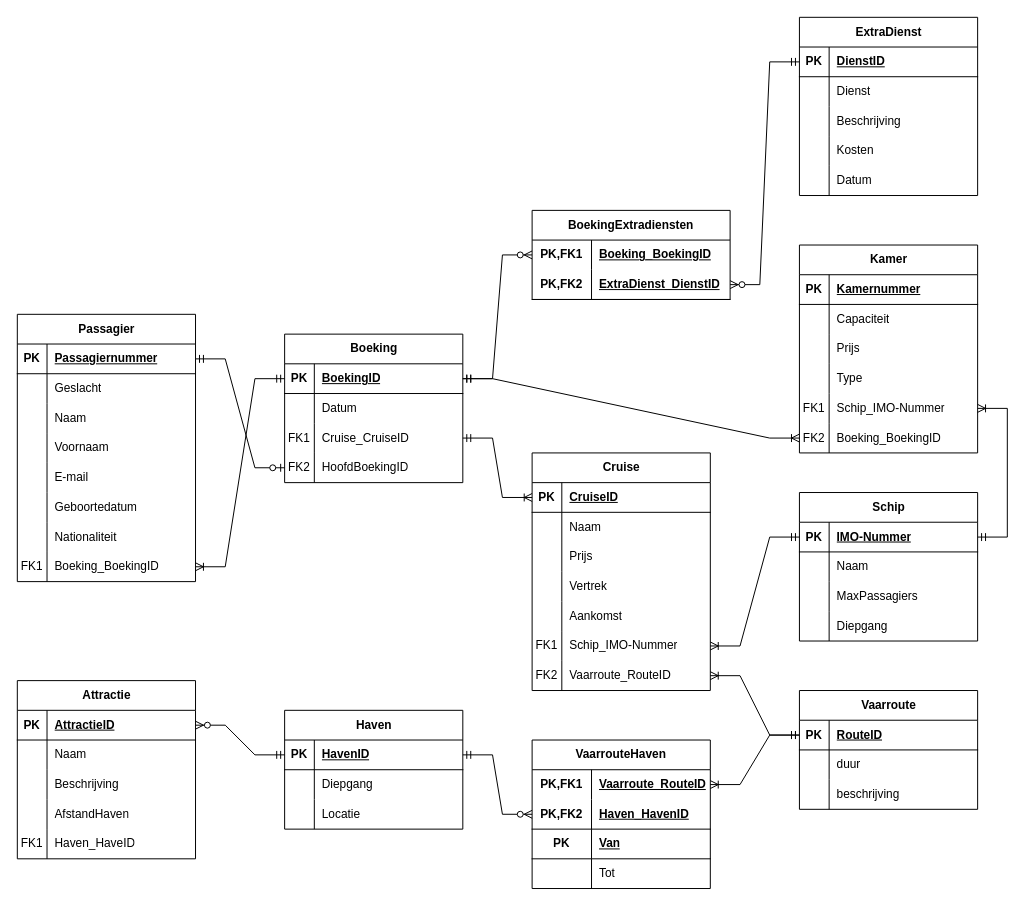
Above: logisch_FINAL/Logisch_datamodel_team_66.drawio in LarsDeGelasUCLL/DF_Groep_66 (draw.io), before the change. Source tidied: cells renumbered, new cells numbered last; positions are measured from the earlier drawing's top-left corner, leaving out a move shared by most shapes. Both pictures are drawn from the tidied source at 99%, with x=0, y=0 at pixel (-518, 17).
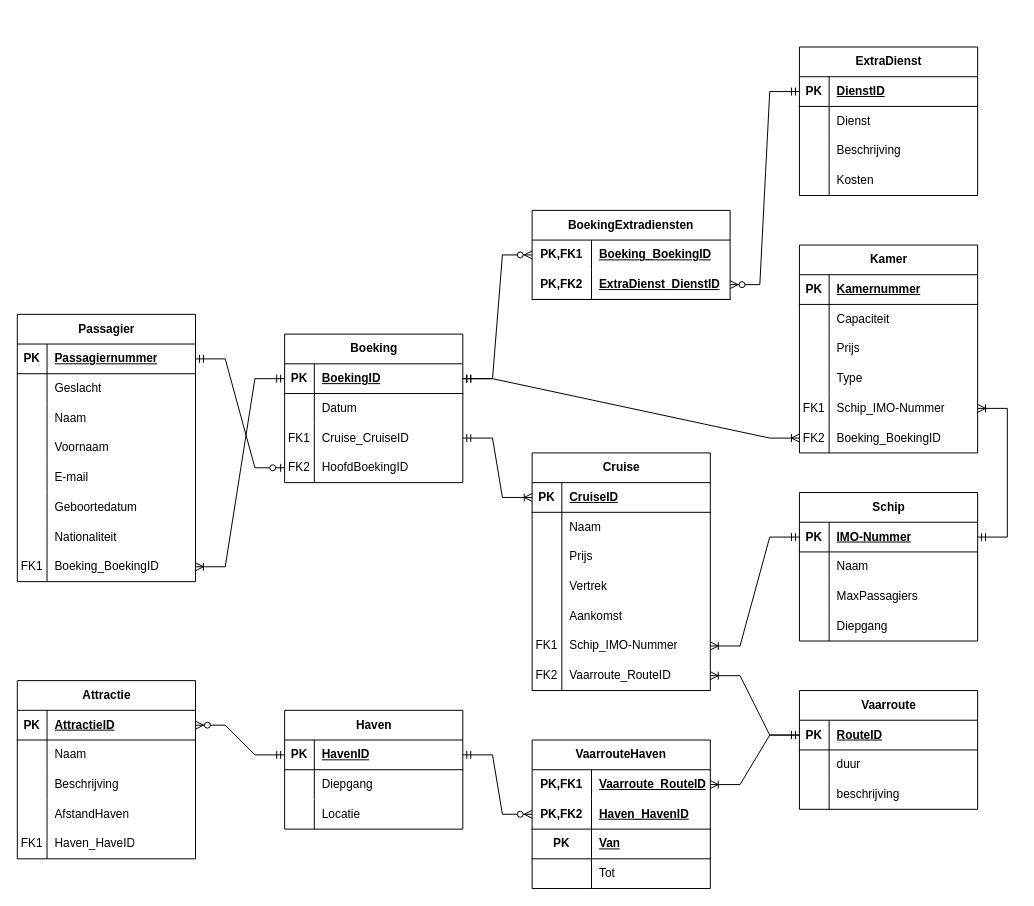
Above is the later version.

What changed in the source:
```diff
@@
     <mxCell id="114" value="ExtraDienst" style="shape=table;startSize=30;childLayout=tableLayout;rowLines=0;fontStyle=1;align=center;html=1;" parent="1" vertex="1">
-      <mxGeometry x="1330" width="180" height="180" as="geometry" />
+      <mxGeometry x="1330" y="30" width="180" height="150" as="geometry" />
     </mxCell>
@@
-    <mxCell id="127" style="shape=tableRow;horizontal=0;startSize=0;swimlaneHead=0;swimlaneBody=0;fillColor=none;top=0;left=0;right=0;bottom=0;" parent="114" vertex="1">
-      <mxGeometry y="150" width="180" height="30" as="geometry" />
-    </mxCell>
-    <mxCell id="128" style="shape=partialRectangle;fillColor=none;top=0;left=0;bottom=0;right=0;overflow=hidden;whiteSpace=wrap;html=1;" parent="127" vertex="1">
-      <mxGeometry width="30" height="30" as="geometry" />
-    </mxCell>
-    <mxCell id="129" value="Datum" style="shape=partialRectangle;fillColor=none;top=0;left=0;bottom=0;right=0;align=left;spacingLeft=6;overflow=hidden;whiteSpace=wrap;html=1;" parent="127" vertex="1">
-      <mxGeometry x="30" width="150" height="30" as="geometry" />
-    </mxCell>
```
